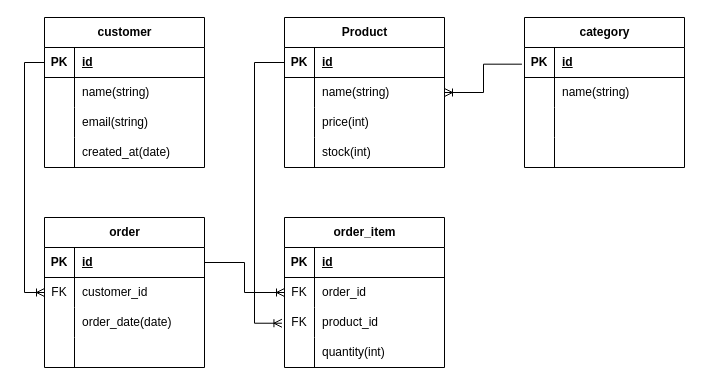
Before: course 2/week6/assignment1/prisma assignment 1.drawio in ViktorOlausson/SundsgardenYH, a draw.io diagram. Source tidied: cells renumbered, new cells numbered last; positions are measured from the earlier drawing's top-left corner, leaving out a move shared by most shapes. Both pictures are drawn from the tidied source at 100%, with x=0, y=0 at pixel (24, 17).
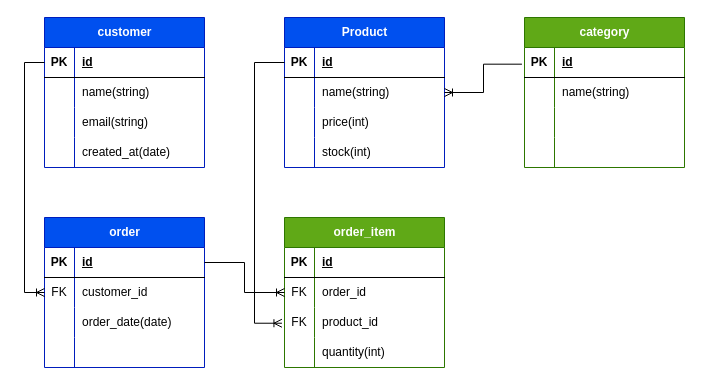
After the change.

Change to the diagram source:
```diff
@@
-    <mxCell id="2" value="customer" style="shape=table;startSize=30;childLayout=tableLayout;rowLines=0;fontStyle=1;align=center;html=1;" parent="1" vertex="1">
+    <mxCell id="2" value="customer" style="shape=table;startSize=30;childLayout=tableLayout;rowLines=0;fontStyle=1;align=center;html=1;fillColor=#0050ef;fontColor=#ffffff;strokeColor=#001DBC;" parent="1" vertex="1">
       <mxGeometry x="20" width="160" height="150" as="geometry" />
     </mxCell>
@@
-    <mxCell id="15" value="Product" style="shape=table;startSize=30;childLayout=tableLayout;rowLines=0;fontStyle=1;align=center;html=1;" parent="1" vertex="1">
+    <mxCell id="15" value="Product" style="shape=table;startSize=30;childLayout=tableLayout;rowLines=0;fontStyle=1;align=center;html=1;fillColor=#0050ef;fontColor=#ffffff;strokeColor=#001DBC;" parent="1" vertex="1">
       <mxGeometry x="260" width="160" height="150" as="geometry" />
     </mxCell>
@@
-    <mxCell id="28" value="category" style="shape=table;startSize=30;childLayout=tableLayout;rowLines=0;fontStyle=1;align=center;html=1;" parent="1" vertex="1">
+    <mxCell id="28" value="category" style="shape=table;startSize=30;childLayout=tableLayout;rowLines=0;fontStyle=1;align=center;html=1;fillColor=#60a917;fontColor=#ffffff;strokeColor=#2D7600;" parent="1" vertex="1">
       <mxGeometry x="500" width="160" height="150" as="geometry" />
     </mxCell>
@@
-    <mxCell id="41" value="order" style="shape=table;startSize=30;childLayout=tableLayout;rowLines=0;fontStyle=1;align=center;html=1;" parent="1" vertex="1">
+    <mxCell id="41" value="order" style="shape=table;startSize=30;childLayout=tableLayout;rowLines=0;fontStyle=1;align=center;html=1;fillColor=#0050ef;fontColor=#ffffff;strokeColor=#001DBC;" parent="1" vertex="1">
       <mxGeometry x="20" y="200" width="160" height="150" as="geometry" />
     </mxCell>
@@
-    <mxCell id="54" value="order_item" style="shape=table;startSize=30;childLayout=tableLayout;rowLines=0;fontStyle=1;align=center;html=1;" parent="1" vertex="1">
+    <mxCell id="54" value="order_item" style="shape=table;startSize=30;childLayout=tableLayout;rowLines=0;fontStyle=1;align=center;html=1;fillColor=#60a917;fontColor=#ffffff;strokeColor=#2D7600;" parent="1" vertex="1">
       <mxGeometry x="260" y="200" width="160" height="150" as="geometry" />
     </mxCell>
```
